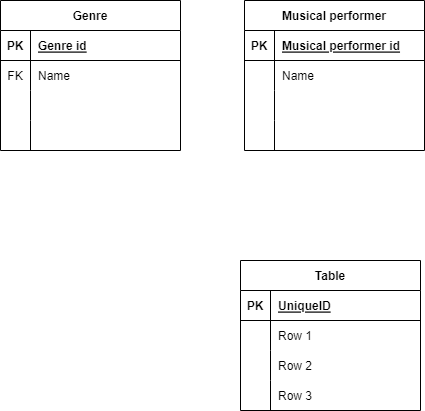
Before: Music site.drawio.png, a diagram exported from draw.io (VadimRoziznan/Music-site). Source tidied: cells renumbered, new cells last; positions are measured from the earlier drawing's top-left corner, leaving out a move shared by most shapes.
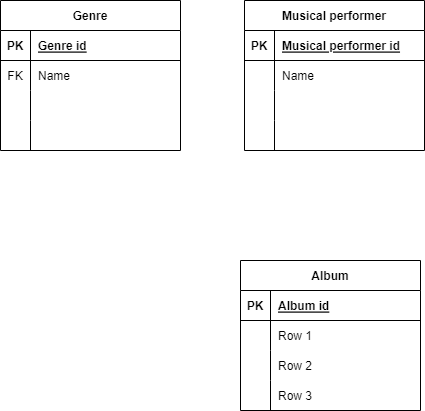
Later version of the same file.

Change to the diagram source:
```diff
@@ -80,7 +80,7 @@
     <mxCell id="27" style="shape=partialRectangle;fillColor=none;top=0;left=0;bottom=0;right=0;align=left;spacingLeft=6;overflow=hidden;strokeColor=default;fontFamily=Helvetica;fontSize=12;fontColor=default;" parent="25" vertex="1">
       <mxGeometry x="30" width="150" height="30" as="geometry" />
     </mxCell>
-    <mxCell id="28" value="Table" style="shape=table;startSize=30;rowLines=0;fontStyle=1;align=center;strokeColor=default;fontFamily=Helvetica;fontSize=12;fontColor=default;fillColor=none;" parent="1" vertex="1">
+    <mxCell id="28" value="Album" style="shape=table;startSize=30;rowLines=0;fontStyle=1;align=center;strokeColor=default;fontFamily=Helvetica;fontSize=12;fontColor=default;fillColor=none;" parent="1" vertex="1">
       <mxGeometry x="240" y="260" width="180" height="150" as="geometry" />
     </mxCell>
     <mxCell id="29" style="shape=tableRow;horizontal=0;startSize=0;swimlaneHead=0;swimlaneBody=0;fillColor=none;top=0;left=0;right=0;bottom=1;strokeColor=default;fontFamily=Helvetica;fontSize=12;fontColor=default;" parent="28" vertex="1">
@@ -89,7 +89,7 @@
     <mxCell id="30" value="PK" style="shape=partialRectangle;fillColor=none;top=0;left=0;bottom=0;right=0;fontStyle=1;overflow=hidden;strokeColor=default;fontFamily=Helvetica;fontSize=12;fontColor=default;" parent="29" vertex="1">
       <mxGeometry width="30" height="30" as="geometry" />
     </mxCell>
-    <mxCell id="31" value="UniqueID" style="shape=partialRectangle;fillColor=none;top=0;left=0;bottom=0;right=0;align=left;spacingLeft=6;fontStyle=5;overflow=hidden;strokeColor=default;fontFamily=Helvetica;fontSize=12;fontColor=default;" parent="29" vertex="1">
+    <mxCell id="31" value="Album id" style="shape=partialRectangle;fillColor=none;top=0;left=0;bottom=0;right=0;align=left;spacingLeft=6;fontStyle=5;overflow=hidden;strokeColor=default;fontFamily=Helvetica;fontSize=12;fontColor=default;" parent="29" vertex="1">
       <mxGeometry x="30" width="150" height="30" as="geometry" />
     </mxCell>
     <mxCell id="32" style="shape=tableRow;horizontal=0;startSize=0;swimlaneHead=0;swimlaneBody=0;fillColor=none;top=0;left=0;right=0;bottom=0;strokeColor=default;fontFamily=Helvetica;fontSize=12;fontColor=default;" parent="28" vertex="1">
```
